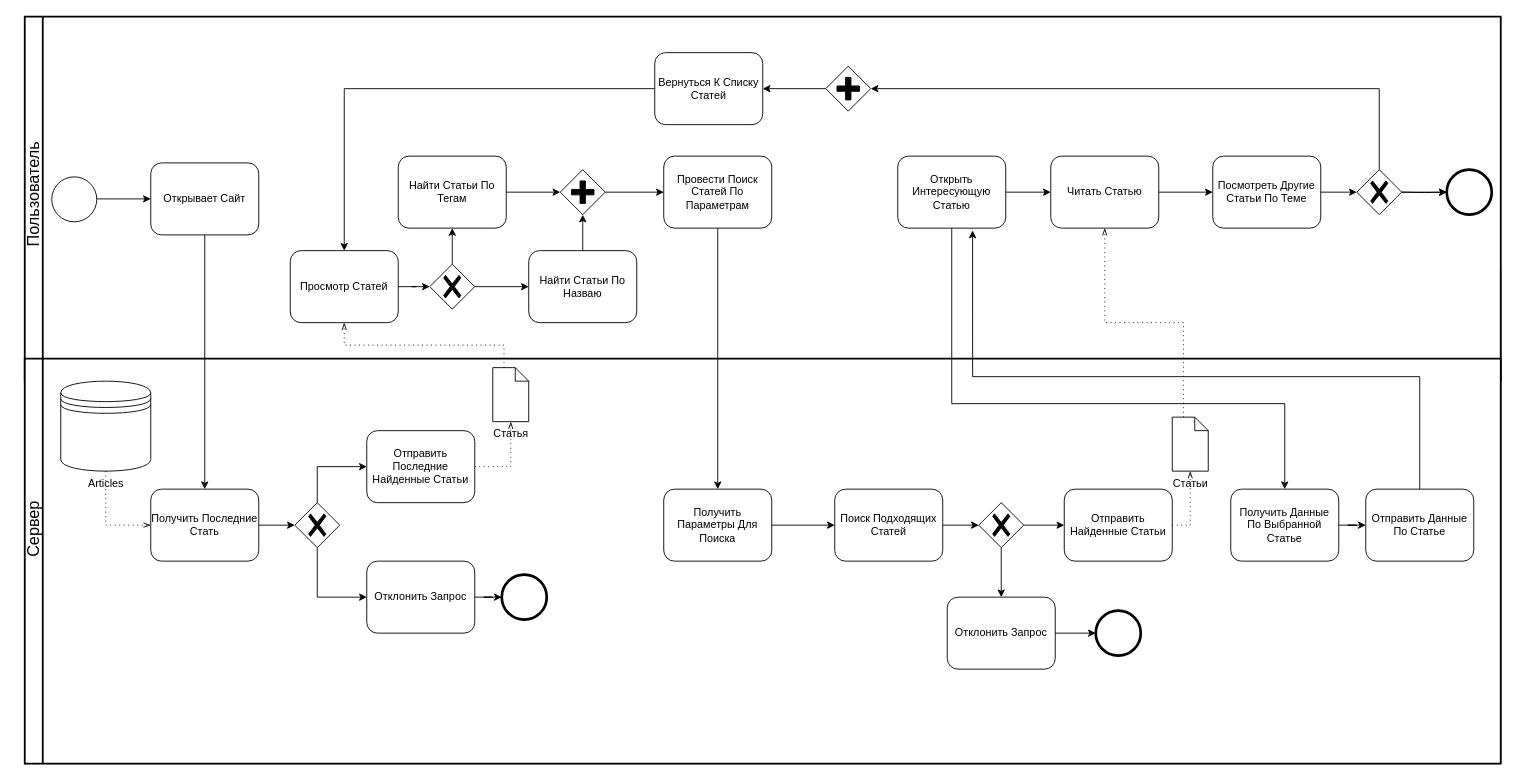
0hJonny/Diplom_60701_ keeps this draw.io diagram as Диаграммы/BPMN.drawio. Above is the earlier version. Source tidied: cells renumbered, new cells numbered last; positions are measured from the earlier drawing's top-left corner, leaving out a move shared by most shapes. Both pictures are drawn from the tidied source at 90%, with x=0, y=0 at pixel (-30, 16).
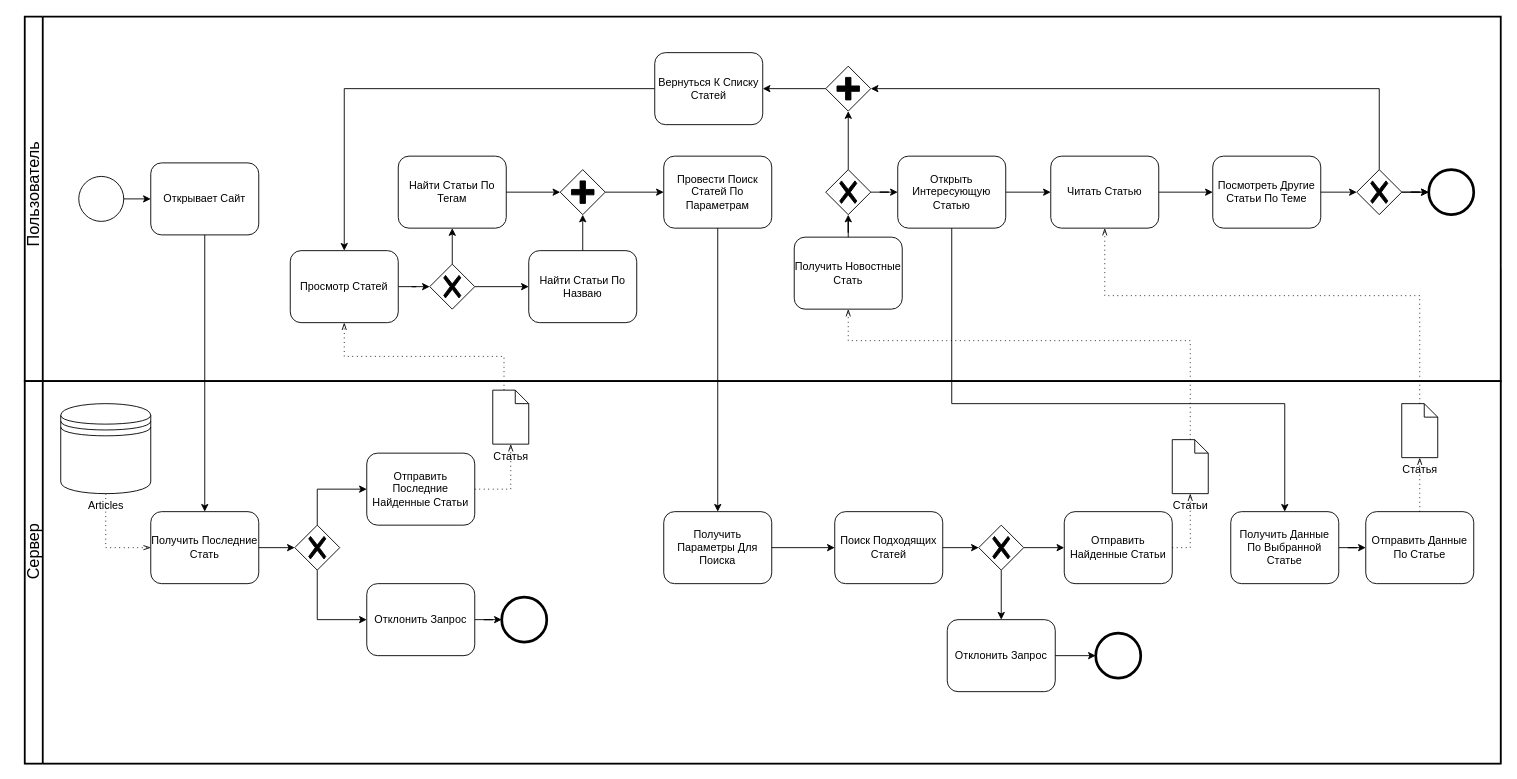
After the change.

The change refers to these unchanged cells:
```xml
<mxCell id="2" style="swimlane;html=1;startSize=20;fontStyle=0;horizontal=0;swimlaneLine=0;fillColor=none;whiteSpace=wrap;" parent="1" vertex="1">
  <mxGeometry x="60" y="280" width="1640" height="550" as="geometry" />
</mxCell>
<mxCell id="3" style="swimlane;html=1;startSize=20;fontStyle=0;horizontal=0;swimlaneLine=1;swimlaneFillColor=#ffffff;strokeWidth=2;whiteSpace=wrap;" parent="2" vertex="1">
  <mxGeometry y="-280" width="1640" height="405" as="geometry" />
</mxCell>
<mxCell id="11" value="Читать Статью" style="shape=ext;rounded=1;html=1;whiteSpace=wrap;" parent="3" vertex="1">
  <mxGeometry x="1140" y="155" width="120" height="80" as="geometry" />
</mxCell>
<mxCell id="14" value="Открыть Интересующую Статью" style="shape=ext;rounded=1;html=1;whiteSpace=wrap;" parent="3" vertex="1">
  <mxGeometry x="970" y="155" width="120" height="80" as="geometry" />
</mxCell>
<mxCell id="31" style="points=[[0.25,0.25,0],[0.5,0,0],[0.75,0.25,0],[1,0.5,0],[0.75,0.75,0],[0.5,1,0],[0.25,0.75,0],[0,0.5,0]];shape=mxgraph.bpmn.gateway2;html=1;verticalLabelPosition=bottom;labelBackgroundColor=#ffffff;verticalAlign=top;align=center;perimeter=rhombusPerimeter;outlineConnect=0;outline=none;symbol=none;gwType=parallel;" parent="3" vertex="1">
  <mxGeometry x="890" y="55" width="50" height="50" as="geometry" />
</mxCell>
<mxCell id="55" value="Отправить Данные По Статье" style="shape=ext;rounded=1;html=1;whiteSpace=wrap;" parent="35" vertex="1">
  <mxGeometry x="1490" y="145" width="120" height="80" as="geometry" />
</mxCell>
<mxCell id="64" value="Статьи" style="shape=mxgraph.bpmn.data;labelPosition=center;verticalLabelPosition=bottom;align=center;verticalAlign=top;size=15;html=1;" parent="35" vertex="1">
  <mxGeometry x="1275" y="65" width="40" height="60" as="geometry" />
</mxCell>
```

Diff of the diagram source:
```diff
@@
     <mxCell id="4" style="shape=mxgraph.bpmn.shape;html=1;verticalLabelPosition=bottom;labelBackgroundColor=#ffffff;verticalAlign=top;perimeter=ellipsePerimeter;outline=standard;symbol=general;" parent="3" vertex="1">
-      <mxGeometry x="30" y="178" width="50" height="50" as="geometry" />
+      <mxGeometry x="60" y="177.5" width="50" height="50" as="geometry" />
     </mxCell>
@@
     <mxCell id="12" style="points=[[0.145,0.145,0],[0.5,0,0],[0.855,0.145,0],[1,0.5,0],[0.855,0.855,0],[0.5,1,0],[0.145,0.855,0],[0,0.5,0]];shape=mxgraph.bpmn.event;html=1;verticalLabelPosition=bottom;labelBackgroundColor=#ffffff;verticalAlign=top;align=center;perimeter=ellipsePerimeter;outlineConnect=0;outline=end;symbol=terminate2;" parent="3" vertex="1">
-      <mxGeometry x="1580" y="170" width="50" height="50" as="geometry" />
+      <mxGeometry x="1560" y="170" width="50" height="50" as="geometry" />
     </mxCell>
@@
+    <mxCell id="72" value="Получить Новостные Стать" style="shape=ext;rounded=1;html=1;whiteSpace=wrap;" parent="3" vertex="1">
+      <mxGeometry x="855" y="245" width="120" height="80" as="geometry" />
+    </mxCell>
+    <mxCell id="73" style="edgeStyle=orthogonalEdgeStyle;rounded=0;jettySize=auto;html=1;" parent="3" edge="1" source="75" target="14">
+      <mxGeometry relative="1" as="geometry" />
+    </mxCell>
+    <mxCell id="74" style="edgeStyle=orthogonalEdgeStyle;rounded=0;jettySize=auto;html=1;" parent="3" edge="1" source="75" target="31">
+      <mxGeometry relative="1" as="geometry" />
+    </mxCell>
+    <mxCell id="75" style="points=[[0.25,0.25,0],[0.5,0,0],[0.75,0.25,0],[1,0.5,0],[0.75,0.75,0],[0.5,1,0],[0.25,0.75,0],[0,0.5,0]];shape=mxgraph.bpmn.gateway2;html=1;verticalLabelPosition=bottom;labelBackgroundColor=#ffffff;verticalAlign=top;align=center;perimeter=rhombusPerimeter;outlineConnect=0;outline=none;symbol=none;gwType=exclusive;" parent="3" vertex="1">
+      <mxGeometry x="890" y="170" width="50" height="50" as="geometry" />
+    </mxCell>
+    <mxCell id="76" style="edgeStyle=orthogonalEdgeStyle;rounded=0;jettySize=auto;html=1;entryX=0.5;entryY=1;entryDx=0;entryDy=0;entryPerimeter=0;" parent="3" edge="1" source="72" target="75">
+      <mxGeometry relative="1" as="geometry" />
+    </mxCell>
     <mxCell id="35" style="swimlane;html=1;startSize=20;fontStyle=0;horizontal=0;swimlaneLine=1;swimlaneFillColor=#ffffff;strokeWidth=2;whiteSpace=wrap;" parent="2" vertex="1">
-      <mxGeometry y="100" width="1640" height="450" as="geometry" />
+      <mxGeometry y="125" width="1640" height="425" as="geometry" />
     </mxCell>
@@
+    <mxCell id="77" value="Статья" style="shape=mxgraph.bpmn.data;labelPosition=center;verticalLabelPosition=bottom;align=center;verticalAlign=top;size=15;html=1;" parent="35" vertex="1">
+      <mxGeometry x="1530" y="25" width="40" height="60" as="geometry" />
+    </mxCell>
+    <mxCell id="78" style="edgeStyle=elbowEdgeStyle;fontSize=12;html=1;endFill=0;startFill=0;endSize=6;startSize=6;dashed=1;dashPattern=1 4;endArrow=openThin;startArrow=none;rounded=0;entryX=0.5;entryY=1;entryDx=0;entryDy=0;entryPerimeter=0;exitX=0.5;exitY=0;exitDx=0;exitDy=0;" parent="35" edge="1" source="55" target="77">
+      <mxGeometry relative="1" as="geometry" />
+    </mxCell>
@@
-    <mxCell id="69" style="edgeStyle=orthogonalEdgeStyle;rounded=0;jettySize=auto;html=1;entryX=0.693;entryY=1.033;entryDx=0;entryDy=0;entryPerimeter=0;endArrow=classic;endFill=1;" parent="2" edge="1" source="55" target="14">
-      <mxGeometry relative="1" as="geometry">
-        <Array as="points">
-          <mxPoint x="1550" y="120" />
-          <mxPoint x="1053" y="120" />
-        </Array>
-      </mxGeometry>
-    </mxCell>
@@
-    <mxCell id="71" style="edgeStyle=orthogonalEdgeStyle;fontSize=12;html=1;endFill=0;startFill=0;endSize=6;startSize=6;dashed=1;dashPattern=1 4;endArrow=openThin;startArrow=none;rounded=0;entryX=0.5;entryY=1;entryDx=0;entryDy=0;exitX=0;exitY=0;exitDx=12.5;exitDy=0;exitPerimeter=0;" parent="2" edge="1" source="64" target="11">
-      <mxGeometry relative="1" as="geometry" />
-    </mxCell>
+    <mxCell id="79" style="edgeStyle=orthogonalEdgeStyle;fontSize=12;html=1;endFill=0;startFill=0;endSize=6;startSize=6;dashed=1;dashPattern=1 4;endArrow=openThin;startArrow=none;rounded=0;exitX=0.5;exitY=0;exitDx=0;exitDy=0;exitPerimeter=0;entryX=0.5;entryY=1;entryDx=0;entryDy=0;" parent="2" edge="1" source="64" target="72">
+      <mxGeometry relative="1" as="geometry">
+        <Array as="points">
+          <mxPoint x="1295" y="80" />
+          <mxPoint x="915" y="80" />
+        </Array>
+      </mxGeometry>
+    </mxCell>
+    <mxCell id="80" style="edgeStyle=orthogonalEdgeStyle;fontSize=12;html=1;endFill=0;startFill=0;endSize=6;startSize=6;dashed=1;dashPattern=1 4;endArrow=openThin;startArrow=none;rounded=0;exitX=0.5;exitY=0;exitDx=0;exitDy=0;entryX=0.5;entryY=1;entryDx=0;entryDy=0;exitPerimeter=0;" parent="2" edge="1" source="77" target="11">
+      <mxGeometry relative="1" as="geometry">
+        <Array as="points">
+          <mxPoint x="1550" y="30" />
+          <mxPoint x="1200" y="30" />
+        </Array>
+      </mxGeometry>
+    </mxCell>
```
